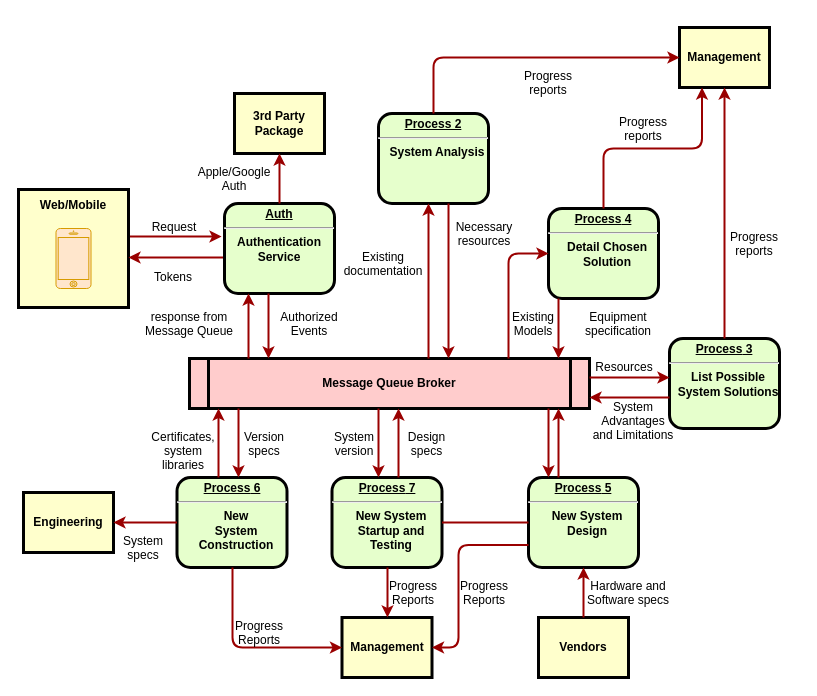
The draw.io diagram forumsCalvin/Untitled Diagram.drawio in ChihHaoChen/diagrams, before the edit. Source tidied: cells renumbered, new cells numbered last; positions are measured from the earlier drawing's top-left corner, leaving out a move shared by most shapes. Both pictures are drawn from the tidied source at 100%, with x=0, y=0 at pixel (18, 27).
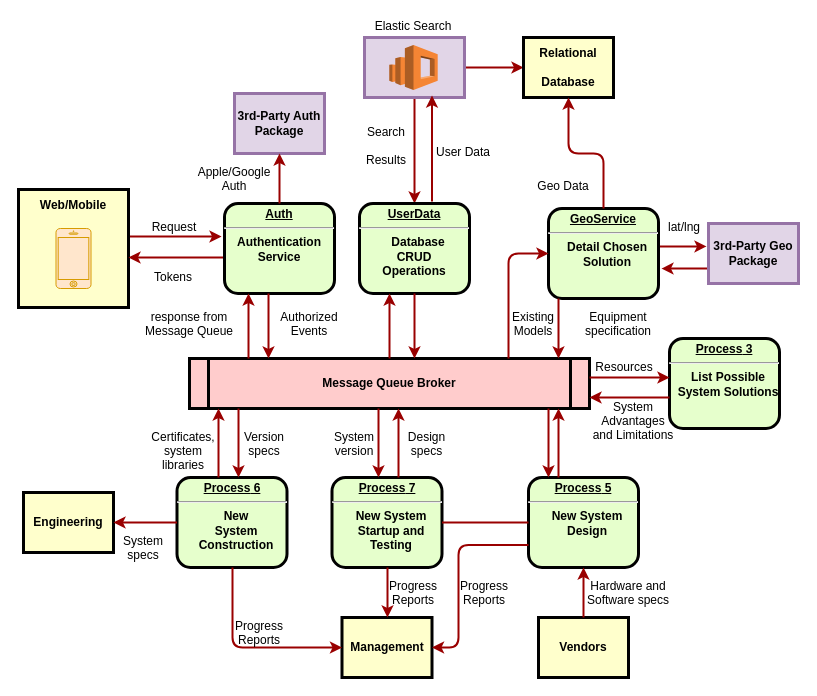
After the change.

The change refers to these unchanged cells:
```xml
<mxCell id="9" value="&lt;p style=&quot;margin: 0px; margin-top: 4px; text-align: center; text-decoration: underline;&quot;&gt;&lt;strong&gt;&lt;strong&gt;Process&lt;/strong&gt; 3&lt;br /&gt;&lt;/strong&gt;&lt;/p&gt;&lt;hr /&gt;&lt;p style=&quot;margin: 0px; margin-left: 8px;&quot;&gt;List Possible&lt;/p&gt;&lt;p style=&quot;margin: 0px; margin-left: 8px;&quot;&gt;System Solutions&lt;/p&gt;" style="verticalAlign=middle;align=center;overflow=fill;fontSize=12;fontFamily=Helvetica;html=1;rounded=1;fontStyle=1;strokeWidth=3;fillColor=#E6FFCC;" parent="1" vertex="1">
  <mxGeometry x="651" y="311" width="110" height="90" as="geometry" />
</mxCell>
```

Diff of the diagram source:
```diff
@@
+    <mxCell id="66" style="edgeStyle=orthogonalEdgeStyle;rounded=1;jettySize=auto;html=1;strokeColor=#990000;strokeWidth=2;" parent="1" edge="1" source="68" target="13">
+      <mxGeometry relative="1" as="geometry" />
+    </mxCell>
+    <mxCell id="67" style="edgeStyle=orthogonalEdgeStyle;rounded=1;jettySize=auto;html=1;strokeColor=#990000;strokeWidth=2;" parent="1" edge="1" source="68" target="8">
+      <mxGeometry relative="1" as="geometry" />
+    </mxCell>
+    <mxCell id="68" style="whiteSpace=wrap;align=center;verticalAlign=middle;fontStyle=1;strokeWidth=3;fillColor=#e1d5e7;strokeColor=#9673a6;" parent="1" vertex="1">
+      <mxGeometry x="346" y="10" width="100" height="60" as="geometry" />
+    </mxCell>
@@
-    <mxCell id="6" value="3rd Party Package" style="whiteSpace=wrap;align=center;verticalAlign=middle;fontStyle=1;strokeWidth=3;fillColor=#FFFFCC;" parent="1" vertex="1">
+    <mxCell id="6" value="3rd-Party Auth Package" style="whiteSpace=wrap;align=center;verticalAlign=middle;fontStyle=1;strokeWidth=3;fillColor=#e1d5e7;strokeColor=#9673a6;" parent="1" vertex="1">
       <mxGeometry x="216" y="66" width="90" height="60" as="geometry" />
     </mxCell>
@@
-    <mxCell id="8" value="&lt;p style=&quot;margin: 0px; margin-top: 4px; text-align: center; text-decoration: underline;&quot;&gt;&lt;strong&gt;Process 2&lt;br /&gt;&lt;/strong&gt;&lt;/p&gt;&lt;hr /&gt;&lt;p style=&quot;margin: 0px; margin-left: 8px;&quot;&gt;System Analysis&lt;/p&gt;" style="verticalAlign=middle;align=center;overflow=fill;fontSize=12;fontFamily=Helvetica;html=1;rounded=1;fontStyle=1;strokeWidth=3;fillColor=#E6FFCC;" parent="1" vertex="1">
-      <mxGeometry x="360" y="86" width="110" height="90" as="geometry" />
+    <mxCell id="8" value="&lt;p style=&quot;margin: 0px ; margin-top: 4px ; text-align: center ; text-decoration: underline&quot;&gt;&lt;strong&gt;UserData&lt;br&gt;&lt;/strong&gt;&lt;/p&gt;&lt;hr&gt;&lt;p style=&quot;margin: 0px ; margin-left: 8px&quot;&gt;Database &lt;br&gt;&lt;/p&gt;&lt;div&gt;CRUD&lt;/div&gt;&lt;div&gt;Operations&lt;br&gt;&lt;/div&gt;" style="verticalAlign=middle;align=center;overflow=fill;fontSize=12;fontFamily=Helvetica;html=1;rounded=1;fontStyle=1;strokeWidth=3;fillColor=#E6FFCC;" parent="1" vertex="1">
+      <mxGeometry x="341" y="176" width="110" height="90" as="geometry" />
     </mxCell>
@@
+    <mxCell id="69" style="edgeStyle=orthogonalEdgeStyle;rounded=1;jettySize=auto;html=1;exitX=1;exitY=0.422;exitDx=0;exitDy=0;entryX=-0.022;entryY=0.383;entryDx=0;entryDy=0;strokeColor=#990000;strokeWidth=2;entryPerimeter=0;exitPerimeter=0;" parent="1" edge="1" source="10" target="71">
+      <mxGeometry relative="1" as="geometry" />
+    </mxCell>
-    <mxCell id="10" value="&lt;p style=&quot;margin: 0px; margin-top: 4px; text-align: center; text-decoration: underline;&quot;&gt;&lt;strong&gt;&lt;strong&gt;Process&lt;/strong&gt; 4&lt;br /&gt;&lt;/strong&gt;&lt;/p&gt;&lt;hr /&gt;&lt;p style=&quot;margin: 0px; margin-left: 8px;&quot;&gt;Detail Chosen&lt;/p&gt;&lt;p style=&quot;margin: 0px; margin-left: 8px;&quot;&gt;Solution&lt;/p&gt;" style="verticalAlign=middle;align=center;overflow=fill;fontSize=12;fontFamily=Helvetica;html=1;rounded=1;fontStyle=1;strokeWidth=3;fillColor=#E6FFCC;" parent="1" vertex="1">
+    <mxCell id="10" value="&lt;p style=&quot;margin: 0px ; margin-top: 4px ; text-align: center ; text-decoration: underline&quot;&gt;&lt;strong&gt;&lt;strong&gt;GeoService&lt;/strong&gt;&lt;br&gt;&lt;/strong&gt;&lt;/p&gt;&lt;hr&gt;&lt;p style=&quot;margin: 0px ; margin-left: 8px&quot;&gt;Detail Chosen&lt;/p&gt;&lt;p style=&quot;margin: 0px ; margin-left: 8px&quot;&gt;Solution&lt;/p&gt;" style="verticalAlign=middle;align=center;overflow=fill;fontSize=12;fontFamily=Helvetica;html=1;rounded=1;fontStyle=1;strokeWidth=3;fillColor=#E6FFCC;" parent="1" vertex="1">
       <mxGeometry x="530" y="181" width="110" height="90" as="geometry" />
     </mxCell>
@@
-    <mxCell id="13" value="Management" style="whiteSpace=wrap;align=center;verticalAlign=middle;fontStyle=1;strokeWidth=3;fillColor=#FFFFCC;" parent="1" vertex="1">
-      <mxGeometry x="661" width="90" height="60" as="geometry" />
+    <mxCell id="13" value="Relational&#10;&#10;Database" style="whiteSpace=wrap;align=center;verticalAlign=middle;fontStyle=1;strokeWidth=3;fillColor=#FFFFCC;" parent="1" vertex="1">
+      <mxGeometry x="505" y="10" width="90" height="60" as="geometry" />
     </mxCell>
@@
-    <mxCell id="27" value="Existing&#10;documentation" style="text;spacingTop=-5;align=center;" parent="1" vertex="1">
-      <mxGeometry x="350" y="221" width="30" height="20" as="geometry" />
-    </mxCell>
-    <mxCell id="28" value="Necessary&#10;resources" style="text;spacingTop=-5;align=center;" parent="1" vertex="1">
-      <mxGeometry x="451" y="191" width="30" height="20" as="geometry" />
-    </mxCell>
-    <mxCell id="29" value="Progress&#10;reports" style="text;spacingTop=-5;align=center;" parent="1" vertex="1">
-      <mxGeometry x="515" y="40" width="30" height="20" as="geometry" />
+    <mxCell id="29" value="User Data" style="text;spacingTop=-5;align=center;" parent="1" vertex="1">
+      <mxGeometry x="430" y="116" width="30" height="20" as="geometry" />
     </mxCell>
-    <mxCell id="30" value="Progress&#10;reports" style="text;spacingTop=-5;align=center;" parent="1" vertex="1">
-      <mxGeometry x="610" y="86" width="30" height="20" as="geometry" />
+    <mxCell id="30" value="Geo Data" style="text;spacingTop=-5;align=center;" parent="1" vertex="1">
+      <mxGeometry x="530" y="150" width="30" height="20" as="geometry" />
     </mxCell>
-    <mxCell id="31" value="Progress&#10;reports" style="text;spacingTop=-5;align=center;" parent="1" vertex="1">
-      <mxGeometry x="721" y="201" width="30" height="20" as="geometry" />
-    </mxCell>
-    <mxCell id="32" style="edgeStyle=elbowEdgeStyle;elbow=horizontal;strokeColor=#990000;strokeWidth=2;" parent="1" edge="1" source="8" target="13">
-      <mxGeometry relative="1" as="geometry">
-        <Array as="points">
-          <mxPoint x="415" y="80" />
-        </Array>
-      </mxGeometry>
-    </mxCell>
-    <mxCell id="33" style="edgeStyle=elbowEdgeStyle;elbow=vertical;entryX=0.25;entryY=1;strokeColor=#990000;strokeWidth=2;" parent="1" edge="1" source="10" target="13">
+    <mxCell id="33" style="edgeStyle=elbowEdgeStyle;elbow=vertical;entryX=0.5;entryY=1;strokeColor=#990000;strokeWidth=2;entryDx=0;entryDy=0;" parent="1" edge="1" source="10" target="13">
       <mxGeometry relative="1" as="geometry" />
     </mxCell>
-    <mxCell id="34" style="edgeStyle=elbowEdgeStyle;elbow=horizontal;strokeColor=#990000;strokeWidth=2;" parent="1" edge="1" source="9" target="13">
-      <mxGeometry relative="1" as="geometry" />
-    </mxCell>
@@
+    <mxCell id="70" style="edgeStyle=orthogonalEdgeStyle;rounded=1;jettySize=auto;html=1;exitX=0;exitY=0.75;exitDx=0;exitDy=0;entryX=1.027;entryY=0.667;entryDx=0;entryDy=0;strokeColor=#990000;strokeWidth=2;entryPerimeter=0;" parent="1" edge="1" source="71" target="10">
+      <mxGeometry relative="1" as="geometry" />
+    </mxCell>
+    <mxCell id="71" value="3rd-Party Geo Package" style="whiteSpace=wrap;align=center;verticalAlign=middle;fontStyle=1;strokeWidth=3;fillColor=#e1d5e7;strokeColor=#9673a6;" parent="1" vertex="1">
+      <mxGeometry x="690" y="196" width="90" height="60" as="geometry" />
+    </mxCell>
+    <mxCell id="72" value="lat/lng" style="text;spacingTop=-5;align=center;" parent="1" vertex="1">
+      <mxGeometry x="651" y="191" width="30" height="20" as="geometry" />
+    </mxCell>
+    <mxCell id="73" style="dashed=0;verticalLabelPosition=bottom;verticalAlign=top;align=center;html=1;shape=mxgraph.aws3.elasticsearch_service;fillColor=#F58534;gradientColor=none;" parent="1" vertex="1">
+      <mxGeometry x="370.8" y="17.4" width="48.4" height="45.2" as="geometry" />
+    </mxCell>
+    <mxCell id="74" value="Elastic Search" style="text;spacingTop=-5;align=center;" parent="1" vertex="1">
+      <mxGeometry x="380" y="-10" width="30" height="20" as="geometry" />
+    </mxCell>
+    <mxCell id="75" style="edgeStyle=orthogonalEdgeStyle;rounded=1;orthogonalLoop=1;jettySize=auto;html=1;strokeColor=#990000;strokeWidth=2;" parent="1" edge="1">
+      <mxGeometry relative="1" as="geometry">
+        <mxPoint x="413.5" y="174" as="sourcePoint" />
+        <mxPoint x="413.5" y="68" as="targetPoint" />
+      </mxGeometry>
+    </mxCell>
+    <mxCell id="76" value="Search &#10;&#10;Results" style="text;spacingTop=-5;align=center;" parent="1" vertex="1">
+      <mxGeometry x="353" y="96" width="30" height="20" as="geometry" />
+    </mxCell>
```
